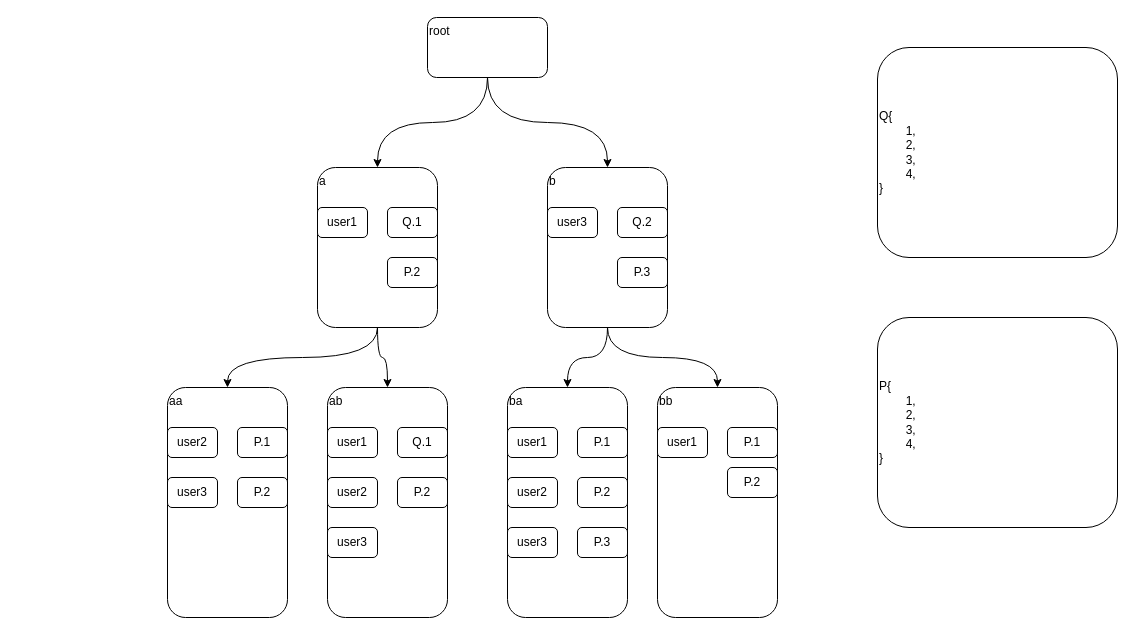
This is Untitled Diagram.drawio from xyfll7/xyfll7.github.io, a draw.io file, before an edit. Source tidied: cells renumbered, new cells numbered last; positions are measured from the earlier drawing's top-left corner, leaving out a move shared by most shapes. Both pictures are drawn from the tidied source at 100%, with x=0, y=0 at pixel (167, 17).
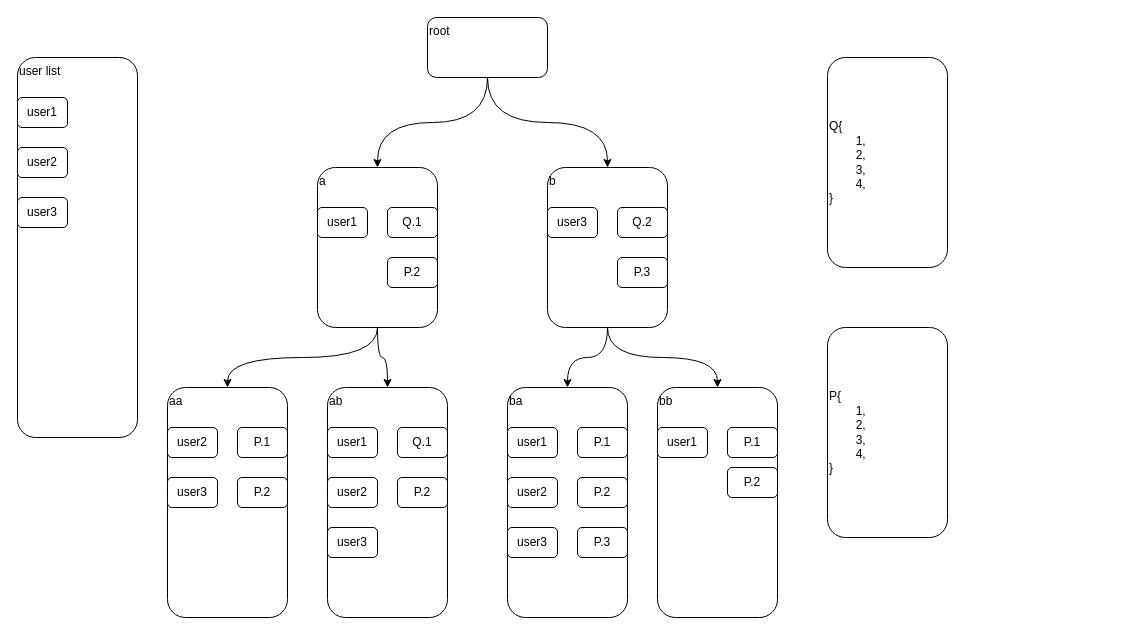
Above is the later version.

What changed in the source:
```diff
@@
     <mxCell id="38" value="Q{&amp;nbsp;&lt;br&gt;&amp;nbsp; &amp;nbsp; &amp;nbsp; &amp;nbsp; 1,&lt;br&gt;&amp;nbsp; &amp;nbsp; &amp;nbsp; &amp;nbsp; 2,&lt;div&gt;&amp;nbsp; &amp;nbsp; &amp;nbsp; &amp;nbsp; 3,&lt;/div&gt;&lt;div&gt;&amp;nbsp; &amp;nbsp; &amp;nbsp; &amp;nbsp; 4,&lt;br&gt;&lt;div style=&quot;&quot;&gt;&lt;span style=&quot;background-color: transparent; color: light-dark(rgb(0, 0, 0), rgb(255, 255, 255));&quot;&gt;}&lt;/span&gt;&lt;/div&gt;&lt;/div&gt;" style="rounded=1;whiteSpace=wrap;html=1;align=left;" parent="1" vertex="1">
-      <mxGeometry x="710" y="30" width="240" height="210" as="geometry" />
+      <mxGeometry x="660" y="40" width="120" height="210" as="geometry" />
     </mxCell>
     <mxCell id="39" value="P{&amp;nbsp;&lt;br&gt;&amp;nbsp; &amp;nbsp; &amp;nbsp; &amp;nbsp; 1,&lt;br&gt;&amp;nbsp; &amp;nbsp; &amp;nbsp; &amp;nbsp; 2,&lt;div&gt;&amp;nbsp; &amp;nbsp; &amp;nbsp; &amp;nbsp; 3,&lt;/div&gt;&lt;div&gt;&amp;nbsp; &amp;nbsp; &amp;nbsp; &amp;nbsp; 4,&lt;br&gt;&lt;div style=&quot;&quot;&gt;&lt;span style=&quot;background-color: transparent; color: light-dark(rgb(0, 0, 0), rgb(255, 255, 255));&quot;&gt;}&lt;/span&gt;&lt;/div&gt;&lt;/div&gt;" style="rounded=1;whiteSpace=wrap;html=1;align=left;" parent="1" vertex="1">
-      <mxGeometry x="710" y="300" width="240" height="210" as="geometry" />
+      <mxGeometry x="660" y="310" width="120" height="210" as="geometry" />
     </mxCell>
@@
+    <mxCell id="41" value="user list" style="rounded=1;whiteSpace=wrap;html=1;verticalAlign=top;align=left;" parent="1" vertex="1">
+      <mxGeometry x="-150" y="40" width="120" height="380" as="geometry" />
+    </mxCell>
+    <mxCell id="42" value="user1" style="rounded=1;whiteSpace=wrap;html=1;" parent="1" vertex="1">
+      <mxGeometry x="-150" y="80" width="50" height="30" as="geometry" />
+    </mxCell>
+    <mxCell id="43" value="user2" style="rounded=1;whiteSpace=wrap;html=1;" parent="1" vertex="1">
+      <mxGeometry x="-150" y="130" width="50" height="30" as="geometry" />
+    </mxCell>
+    <mxCell id="44" value="user3" style="rounded=1;whiteSpace=wrap;html=1;" parent="1" vertex="1">
+      <mxGeometry x="-150" y="180" width="50" height="30" as="geometry" />
+    </mxCell>
```
